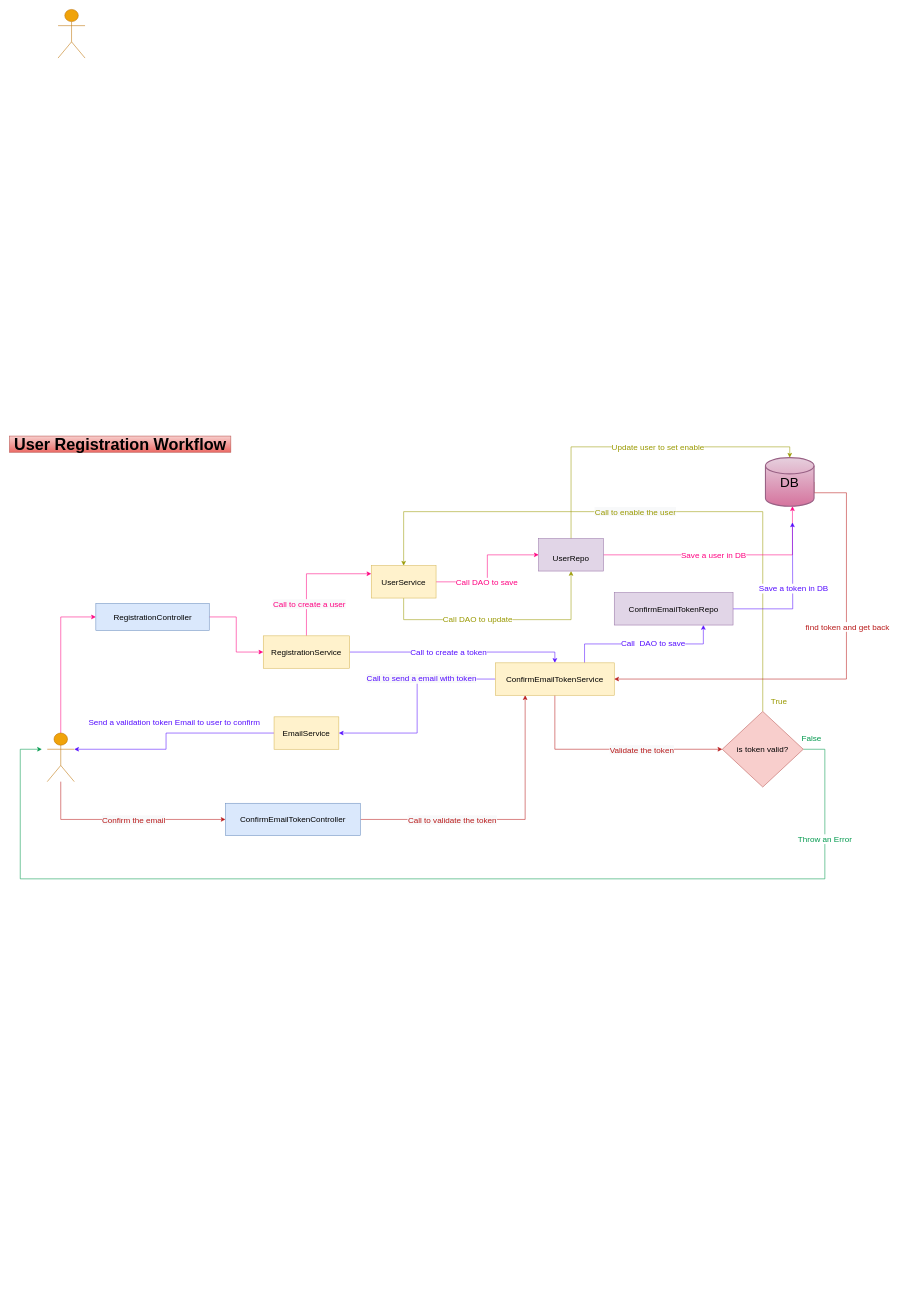
This is src/main/resources/Workflow Diagram.drawio from foxlovecat1989/StockPortfolio, a draw.io file, before an edit. Source tidied: cells renumbered, new cells numbered last; positions are measured from the earlier drawing's top-left corner, leaving out a move shared by most shapes. Both pictures are drawn from the tidied source at 54%, with x=0, y=0 at pixel (9, 9).
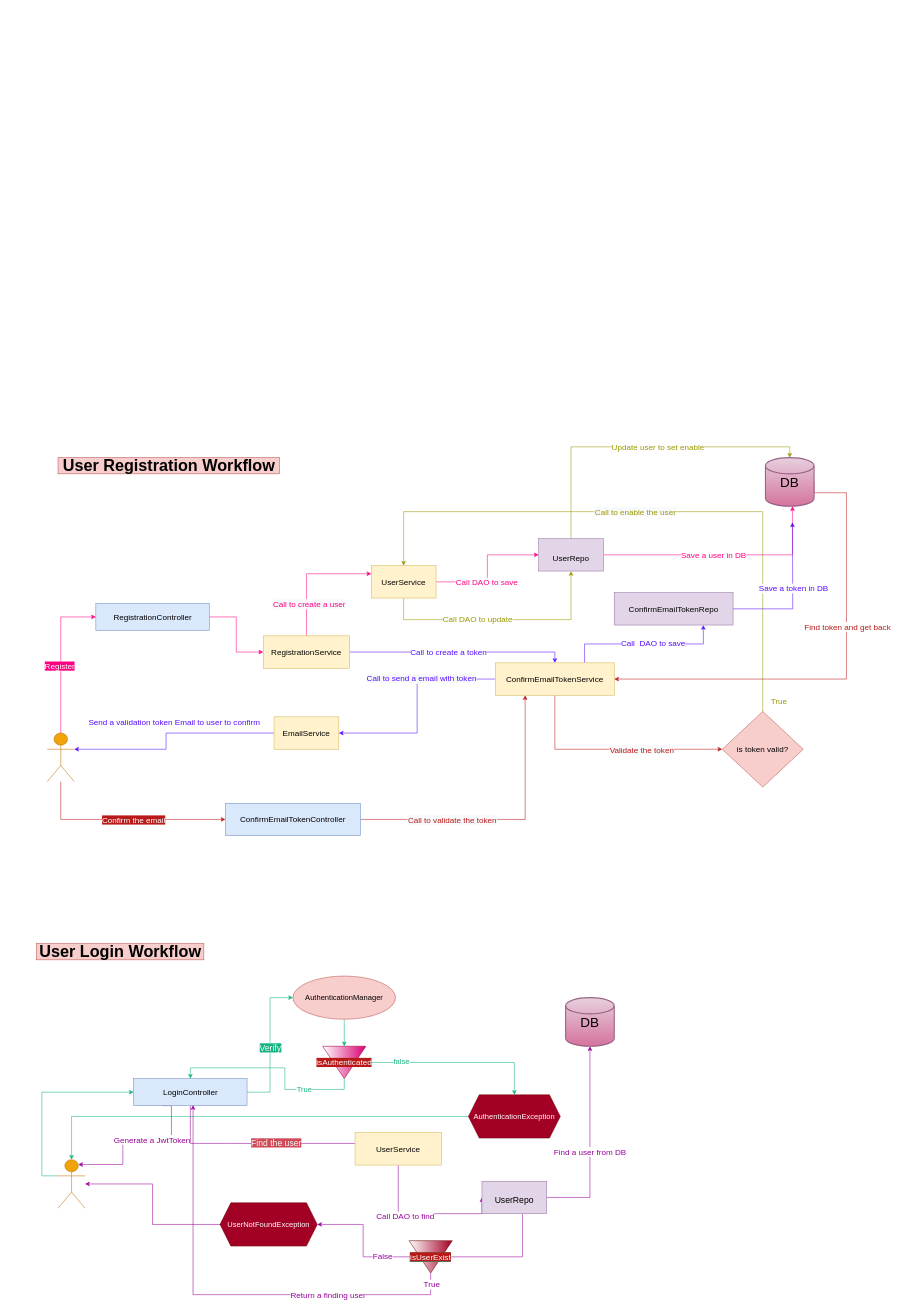
Above is the later version.

The change refers to these unchanged cells:
```xml
<mxCell id="2" style="edgeStyle=orthogonalEdgeStyle;rounded=0;jettySize=auto;html=1;exitX=0.5;exitY=0;exitDx=0;exitDy=0;exitPerimeter=0;fontFamily=Helvetica;fontSize=15;strokeColor=#FF0080;" parent="1" edge="1" source="5" target="7">
  <mxGeometry relative="1" as="geometry">
    <Array as="points">
      <mxPoint x="95" y="1125" />
    </Array>
  </mxGeometry>
</mxCell>
<mxCell id="3" style="edgeStyle=orthogonalEdgeStyle;rounded=0;jettySize=auto;html=1;entryX=0;entryY=0.5;entryDx=0;entryDy=0;fontFamily=Helvetica;fontSize=15;startArrow=none;startFill=0;endArrow=classic;endFill=1;strokeColor=#B81A1A;" parent="1" edge="1" source="5" target="22">
  <mxGeometry relative="1" as="geometry">
    <Array as="points">
      <mxPoint x="95" y="1500" />
    </Array>
  </mxGeometry>
</mxCell>
<mxCell id="34" value="is token valid?" style="rhombus;whiteSpace=wrap;html=1;fontFamily=Helvetica;fontSize=15;fillColor=#f8cecc;strokeColor=#b85450;" parent="1" vertex="1">
  <mxGeometry x="1320" y="1300" width="150" height="140" as="geometry" />
</mxCell>
<mxCell id="38" style="edgeStyle=orthogonalEdgeStyle;rounded=0;jettySize=auto;html=1;exitX=1;exitY=0.5;exitDx=0;exitDy=0;exitPerimeter=0;entryX=1;entryY=0.5;entryDx=0;entryDy=0;fontFamily=Helvetica;fontSize=15;strokeColor=#B81A1A;startArrow=none;startFill=0;endArrow=classic;endFill=1;" parent="1" edge="1" source="40" target="29">
  <mxGeometry relative="1" as="geometry">
    <Array as="points">
      <mxPoint x="1550" y="895" />
      <mxPoint x="1550" y="1240" />
    </Array>
  </mxGeometry>
</mxCell>
```

Diff of the diagram source:
```diff
@@
+    <mxCell id="51" value="&lt;font color=&quot;#ffffff&quot; style=&quot;background-color: rgb(255 , 0 , 128)&quot;&gt;Register&lt;/font&gt;" style="edgeLabel;html=1;align=center;verticalAlign=middle;fontSize=15;fontColor=#990099;" parent="2" vertex="1">
+      <mxGeometry x="-0.11" y="3" relative="1" as="geometry" />
+    </mxCell>
@@
-    <mxCell id="4" value="&lt;span style=&quot;background-color: rgb(248 , 249 , 250)&quot;&gt;&lt;font color=&quot;#b81a1a&quot;&gt;Confirm the email&lt;/font&gt;&lt;/span&gt;" style="edgeLabel;html=1;align=center;verticalAlign=middle;fontSize=15;fontFamily=Helvetica;" parent="3" vertex="1">
+    <mxCell id="4" value="&lt;font color=&quot;#ffffff&quot; style=&quot;background-color: rgb(184 , 26 , 26)&quot;&gt;Confirm the email&lt;/font&gt;" style="edgeLabel;html=1;align=center;verticalAlign=middle;fontSize=15;fontFamily=Helvetica;" parent="3" vertex="1">
       <mxGeometry x="-0.05" y="2" relative="1" as="geometry">
         <mxPoint x="26" y="2" as="offset" />
       </mxGeometry>
     </mxCell>
@@
-    <mxCell id="30" style="edgeStyle=orthogonalEdgeStyle;rounded=0;jettySize=auto;html=1;exitX=1;exitY=0.5;exitDx=0;exitDy=0;fontFamily=Helvetica;fontSize=15;strokeColor=#00994D;" parent="1" edge="1" source="34">
-      <mxGeometry relative="1" as="geometry">
-        <mxPoint x="60" y="1370" as="targetPoint" />
-        <Array as="points">
-          <mxPoint x="1510" y="1370" />
-          <mxPoint x="1510" y="1610" />
-          <mxPoint x="20" y="1610" />
-          <mxPoint x="20" y="1370" />
-        </Array>
-      </mxGeometry>
-    </mxCell>
-    <mxCell id="31" value="Throw an Error" style="edgeLabel;html=1;align=center;verticalAlign=middle;fontSize=15;fontFamily=Helvetica;fontColor=#00994D;" parent="30" vertex="1">
-      <mxGeometry x="-0.8" y="-1" relative="1" as="geometry" />
-    </mxCell>
@@
-    <mxCell id="36" value="&lt;font size=&quot;1&quot;&gt;&lt;b style=&quot;font-size: 30px&quot;&gt;User Registration Workflow&lt;/b&gt;&lt;/font&gt;" style="text;html=1;align=center;verticalAlign=middle;fillColor=#f8cecc;strokeColor=#b85450;rounded=0;fontFamily=Helvetica;fontSize=15;gradientColor=#ea6b66;" parent="1" vertex="1">
-      <mxGeometry y="790" width="410" height="30" as="geometry" />
+    <mxCell id="36" value="&lt;font size=&quot;1&quot;&gt;&lt;b style=&quot;font-size: 30px&quot;&gt;User Registration Workflow&lt;/b&gt;&lt;/font&gt;" style="text;html=1;align=center;verticalAlign=middle;fillColor=#f8cecc;strokeColor=#b85450;rounded=0;fontFamily=Helvetica;fontSize=15;gradientColor=none;" parent="1" vertex="1">
+      <mxGeometry x="90" y="830" width="410" height="30" as="geometry" />
     </mxCell>
-    <mxCell id="37" value="&lt;font color=&quot;#00994d&quot;&gt;False&lt;/font&gt;" style="text;html=1;align=center;verticalAlign=middle;fillColor=none;strokeColor=none;rounded=0;fontFamily=Helvetica;fontSize=15;" parent="1" vertex="1">
-      <mxGeometry x="1460" y="1340" width="50" height="20" as="geometry" />
-    </mxCell>
@@
-    <mxCell id="39" value="find token and get back&amp;nbsp;" style="edgeLabel;html=1;align=center;verticalAlign=middle;fontSize=15;fontFamily=Helvetica;fontColor=#B81A1A;" parent="38" vertex="1">
+    <mxCell id="39" value="Find token and get back&amp;nbsp;" style="edgeLabel;html=1;align=center;verticalAlign=middle;fontSize=15;fontFamily=Helvetica;fontColor=#B81A1A;" parent="38" vertex="1">
       <mxGeometry x="-0.33" y="3" relative="1" as="geometry">
         <mxPoint y="41" as="offset" />
       </mxGeometry>
     </mxCell>
@@
+    <mxCell id="52" style="edgeStyle=orthogonalEdgeStyle;rounded=0;jettySize=auto;html=1;exitX=0;exitY=0.3333333333333333;exitDx=0;exitDy=0;exitPerimeter=0;entryX=0;entryY=0.5;entryDx=0;entryDy=0;fontSize=15;fontColor=#990099;strokeColor=#14B383;" parent="1" edge="1" source="50" target="60">
+      <mxGeometry relative="1" as="geometry">
+        <Array as="points">
+          <mxPoint x="60" y="2160" />
+          <mxPoint x="60" y="2005" />
+        </Array>
+      </mxGeometry>
+    </mxCell>
     <mxCell id="50" style="shape=umlActor;verticalLabelPosition=bottom;verticalAlign=top;html=1;outlineConnect=0;fontFamily=Helvetica;fontStyle=0;fontSize=15;fillColor=#f0a30a;strokeColor=#BD7000;fontColor=#000000;" parent="1" vertex="1">
-      <mxGeometry x="90" width="50" height="90" as="geometry" />
+      <mxGeometry x="90" y="2130" width="50" height="90" as="geometry" />
     </mxCell>
+    <mxCell id="53" value="&lt;font size=&quot;1&quot;&gt;&lt;b style=&quot;font-size: 30px&quot;&gt;User Login Workflow&lt;/b&gt;&lt;/font&gt;" style="text;html=1;align=center;verticalAlign=middle;fillColor=#f8cecc;strokeColor=#b85450;rounded=0;fontFamily=Helvetica;fontSize=15;gradientColor=none;" parent="1" vertex="1">
+      <mxGeometry x="50" y="1730" width="310" height="30" as="geometry" />
+    </mxCell>
+    <mxCell id="54" style="edgeStyle=orthogonalEdgeStyle;rounded=0;jettySize=auto;html=1;exitX=1;exitY=0.5;exitDx=0;exitDy=0;entryX=0;entryY=0.5;entryDx=0;entryDy=0;fontSize=14;strokeColor=#14B383;" parent="1" edge="1" source="60" target="62">
+      <mxGeometry relative="1" as="geometry" />
+    </mxCell>
+    <mxCell id="55" value="&lt;font color=&quot;#f7f7f7&quot; style=&quot;font-size: 16px ; background-color: rgb(20 , 179 , 131)&quot;&gt;Verify&lt;/font&gt;" style="edgeLabel;html=1;align=center;verticalAlign=middle;fontSize=14;" parent="54" vertex="1">
+      <mxGeometry x="-0.03" y="1" relative="1" as="geometry">
+        <mxPoint x="1" y="1" as="offset" />
+      </mxGeometry>
+    </mxCell>
+    <mxCell id="56" style="edgeStyle=orthogonalEdgeStyle;rounded=0;jettySize=auto;html=1;exitX=0.5;exitY=1;exitDx=0;exitDy=0;entryX=0.5;entryY=0;entryDx=0;entryDy=0;fontSize=16;fontColor=#F7F7F7;strokeColor=#990099;" parent="1" edge="1" source="60" target="72">
+      <mxGeometry relative="1" as="geometry">
+        <Array as="points">
+          <mxPoint x="410" y="2100" />
+          <mxPoint x="690" y="2100" />
+        </Array>
+      </mxGeometry>
+    </mxCell>
+    <mxCell id="57" value="&lt;span style=&quot;background-color: rgb(207 , 74 , 88)&quot;&gt;Find the user&lt;/span&gt;" style="edgeLabel;html=1;align=center;verticalAlign=middle;fontSize=16;fontColor=#F7F7F7;" parent="56" vertex="1">
+      <mxGeometry x="-0.04" y="2" relative="1" as="geometry" />
+    </mxCell>
+    <mxCell id="58" style="edgeStyle=orthogonalEdgeStyle;rounded=0;jettySize=auto;html=1;exitX=0.25;exitY=1;exitDx=0;exitDy=0;entryX=0.75;entryY=0.1;entryDx=0;entryDy=0;entryPerimeter=0;fontSize=15;fontColor=#990099;strokeColor=#990099;" parent="1" edge="1" source="60" target="50">
+      <mxGeometry relative="1" as="geometry">
+        <Array as="points">
+          <mxPoint x="300" y="2030" />
+          <mxPoint x="300" y="2090" />
+          <mxPoint x="210" y="2090" />
+          <mxPoint x="210" y="2139" />
+        </Array>
+      </mxGeometry>
+    </mxCell>
+    <mxCell id="59" value="Generate a JwtToken" style="edgeLabel;html=1;align=center;verticalAlign=middle;fontSize=15;fontColor=#990099;" parent="58" vertex="1">
+      <mxGeometry x="-0.23" y="2" relative="1" as="geometry">
+        <mxPoint x="1" as="offset" />
+      </mxGeometry>
+    </mxCell>
+    <mxCell id="60" value="LoginController" style="html=1;fillColor=#dae8fc;strokeColor=#6c8ebf;fontFamily=Helvetica;fontStyle=0;fontSize=15;" parent="1" vertex="1">
+      <mxGeometry x="230" y="1980" width="210" height="50" as="geometry" />
+    </mxCell>
+    <mxCell id="61" style="edgeStyle=orthogonalEdgeStyle;rounded=0;jettySize=auto;html=1;exitX=0.5;exitY=1;exitDx=0;exitDy=0;entryX=0;entryY=0.5;entryDx=0;entryDy=0;fontSize=14;strokeColor=#14B383;" parent="1" edge="1" source="62" target="67">
+      <mxGeometry relative="1" as="geometry" />
+    </mxCell>
+    <mxCell id="62" value="&lt;font style=&quot;font-size: 14px&quot;&gt;AuthenticationManager&lt;/font&gt;" style="ellipse;whiteSpace=wrap;html=1;fillColor=#f8cecc;strokeColor=#b85450;" parent="1" vertex="1">
+      <mxGeometry x="525" y="1790" width="190" height="80" as="geometry" />
+    </mxCell>
+    <mxCell id="63" style="edgeStyle=orthogonalEdgeStyle;rounded=0;jettySize=auto;html=1;exitX=1;exitY=0.5;exitDx=0;exitDy=0;entryX=0.5;entryY=0;entryDx=0;entryDy=0;fontSize=14;strokeColor=#14B383;" parent="1" edge="1" source="67" target="60">
+      <mxGeometry relative="1" as="geometry" />
+    </mxCell>
+    <mxCell id="64" value="&lt;font color=&quot;#14b383&quot;&gt;True&lt;/font&gt;" style="edgeLabel;html=1;align=center;verticalAlign=middle;fontSize=14;" parent="63" vertex="1">
+      <mxGeometry x="-0.48" relative="1" as="geometry" />
+    </mxCell>
+    <mxCell id="65" style="edgeStyle=orthogonalEdgeStyle;rounded=0;jettySize=auto;html=1;exitX=0.5;exitY=0;exitDx=0;exitDy=0;fontSize=14;strokeColor=#14B383;" parent="1" edge="1" source="67" target="69">
+      <mxGeometry relative="1" as="geometry" />
+    </mxCell>
+    <mxCell id="66" value="&lt;font color=&quot;#14b383&quot;&gt;false&lt;/font&gt;" style="edgeLabel;html=1;align=center;verticalAlign=middle;fontSize=14;" parent="65" vertex="1">
+      <mxGeometry x="-0.52" y="3" relative="1" as="geometry" />
+    </mxCell>
+    <mxCell id="67" value="&lt;font style=&quot;font-size: 15px ; background-color: rgb(184 , 26 , 26)&quot; color=&quot;#ffffff&quot;&gt;isAuthenticated&lt;/font&gt;" style="triangle;whiteSpace=wrap;html=1;fontSize=14;direction=south;fillColor=#d80073;fontColor=#ffffff;strokeColor=#A50040;gradientColor=#ffffff;" parent="1" vertex="1">
+      <mxGeometry x="580" y="1920" width="80" height="60" as="geometry" />
+    </mxCell>
+    <mxCell id="68" style="edgeStyle=orthogonalEdgeStyle;rounded=0;jettySize=auto;html=1;fontSize=16;fontColor=#F7F7F7;strokeColor=#14B383;" parent="1" edge="1" source="69" target="50">
+      <mxGeometry relative="1" as="geometry" />
+    </mxCell>
+    <mxCell id="69" value="AuthenticationException" style="shape=hexagon;perimeter=hexagonPerimeter2;whiteSpace=wrap;html=1;fixedSize=1;fontSize=14;fillColor=#a20025;fontColor=#ffffff;strokeColor=#6F0000;" parent="1" vertex="1">
+      <mxGeometry x="850" y="2010" width="170" height="80" as="geometry" />
+    </mxCell>
+    <mxCell id="70" style="edgeStyle=orthogonalEdgeStyle;rounded=0;jettySize=auto;html=1;exitX=0.5;exitY=1;exitDx=0;exitDy=0;fontSize=16;fontColor=#F7F7F7;strokeColor=#990099;entryX=0;entryY=0.5;entryDx=0;entryDy=0;" parent="1" edge="1" source="72" target="76">
+      <mxGeometry relative="1" as="geometry">
+        <Array as="points">
+          <mxPoint x="720" y="2230" />
+        </Array>
+      </mxGeometry>
+    </mxCell>
+    <mxCell id="71" value="Call DAO to find" style="edgeLabel;html=1;align=center;verticalAlign=middle;fontSize=15;fontColor=#990099;" parent="70" vertex="1">
+      <mxGeometry x="-0.26" y="-4" relative="1" as="geometry" />
+    </mxCell>
+    <mxCell id="72" value="UserService" style="rounded=0;whiteSpace=wrap;html=1;fontFamily=Helvetica;fontStyle=0;fontSize=15;fillColor=#fff2cc;strokeColor=#d6b656;" parent="1" vertex="1">
+      <mxGeometry x="640" y="2080" width="160" height="60" as="geometry" />
+    </mxCell>
+    <mxCell id="73" style="edgeStyle=orthogonalEdgeStyle;rounded=0;jettySize=auto;html=1;exitX=1;exitY=0.5;exitDx=0;exitDy=0;entryX=0.5;entryY=1;entryDx=0;entryDy=0;entryPerimeter=0;fontSize=15;fontColor=#FF4108;strokeColor=#990099;" parent="1" edge="1" source="76" target="78">
+      <mxGeometry relative="1" as="geometry" />
+    </mxCell>
+    <mxCell id="74" value="Find a user from DB" style="edgeLabel;html=1;align=center;verticalAlign=middle;fontSize=15;fontColor=#990099;" parent="73" vertex="1">
+      <mxGeometry x="-0.08" y="1" relative="1" as="geometry" />
+    </mxCell>
+    <mxCell id="75" style="edgeStyle=orthogonalEdgeStyle;rounded=0;jettySize=auto;html=1;fontSize=15;fontColor=#FFFFFF;strokeColor=#990099;entryX=0.5;entryY=0;entryDx=0;entryDy=0;" parent="1" edge="1" source="76" target="83">
+      <mxGeometry relative="1" as="geometry">
+        <Array as="points">
+          <mxPoint x="950" y="2310" />
+        </Array>
+      </mxGeometry>
+    </mxCell>
+    <mxCell id="76" value="&lt;font style=&quot;font-size: 16px&quot;&gt;UserRepo&lt;/font&gt;" style="whiteSpace=wrap;html=1;fontFamily=Helvetica;fontSize=30;fillColor=#e1d5e7;strokeColor=#9673a6;align=center;" parent="1" vertex="1">
+      <mxGeometry x="875" y="2170" width="120" height="60" as="geometry" />
+    </mxCell>
+    <mxCell id="77" style="edgeStyle=orthogonalEdgeStyle;rounded=0;orthogonalLoop=1;jettySize=auto;html=1;exitX=0.5;exitY=1;exitDx=0;exitDy=0;fontSize=16;fontColor=#F7F7F7;strokeColor=#990099;" parent="1" edge="1" source="76" target="76">
+      <mxGeometry relative="1" as="geometry" />
+    </mxCell>
+    <mxCell id="78" value="DB" style="strokeWidth=2;html=1;shape=mxgraph.flowchart.database;whiteSpace=wrap;fontFamily=Helvetica;fontSize=25;fillColor=#e6d0de;strokeColor=#996185;gradientColor=#d5739d;" parent="1" vertex="1">
+      <mxGeometry x="1030" y="1830" width="90" height="90" as="geometry" />
+    </mxCell>
+    <mxCell id="79" style="edgeStyle=orthogonalEdgeStyle;rounded=0;jettySize=auto;html=1;exitX=0.5;exitY=1;exitDx=0;exitDy=0;entryX=1;entryY=0.5;entryDx=0;entryDy=0;fontSize=15;fontColor=#FFFFFF;strokeColor=#990099;" parent="1" edge="1" source="83" target="85">
+      <mxGeometry relative="1" as="geometry" />
+    </mxCell>
+    <mxCell id="37" value="&lt;font color=&quot;#990099&quot;&gt;False&lt;/font&gt;" style="edgeLabel;html=1;align=center;verticalAlign=middle;fontSize=15;fontColor=#FFFFFF;" parent="79" vertex="1">
+      <mxGeometry x="-0.44" y="-2" relative="1" as="geometry" />
+    </mxCell>
+    <mxCell id="80" style="edgeStyle=orthogonalEdgeStyle;rounded=0;jettySize=auto;html=1;exitX=1;exitY=0.5;exitDx=0;exitDy=0;fontSize=15;fontColor=#990099;strokeColor=#990099;" parent="1" edge="1" source="83">
+      <mxGeometry relative="1" as="geometry">
+        <mxPoint x="340" y="2029" as="targetPoint" />
+        <Array as="points">
+          <mxPoint x="780" y="2380" />
+          <mxPoint x="340" y="2380" />
+        </Array>
+      </mxGeometry>
+    </mxCell>
+    <mxCell id="81" value="True" style="edgeLabel;html=1;align=center;verticalAlign=middle;fontSize=15;fontColor=#990099;" parent="80" vertex="1">
+      <mxGeometry x="-0.76" y="1" relative="1" as="geometry">
+        <mxPoint x="61" y="-21" as="offset" />
+      </mxGeometry>
+    </mxCell>
+    <mxCell id="82" value="Return a finding user" style="edgeLabel;html=1;align=center;verticalAlign=middle;fontSize=15;fontColor=#990099;" parent="80" vertex="1">
+      <mxGeometry x="-0.31" y="2" relative="1" as="geometry">
+        <mxPoint x="56" y="-2" as="offset" />
+      </mxGeometry>
+    </mxCell>
+    <mxCell id="83" value="&lt;span style=&quot;background-color: rgb(184 , 26 , 26)&quot;&gt;isUserExist&lt;/span&gt;" style="triangle;whiteSpace=wrap;html=1;labelBackgroundColor=#14B383;fontSize=15;fontColor=#ffffff;direction=south;fillColor=#a20025;strokeColor=#6F0000;gradientColor=#ffffff;" parent="1" vertex="1">
+      <mxGeometry x="740" y="2280" width="80" height="60" as="geometry" />
+    </mxCell>
+    <mxCell id="84" style="edgeStyle=orthogonalEdgeStyle;rounded=0;jettySize=auto;html=1;exitX=0;exitY=0.5;exitDx=0;exitDy=0;fontSize=15;fontColor=#FFFFFF;strokeColor=#990099;" parent="1" edge="1" source="85" target="50">
+      <mxGeometry relative="1" as="geometry" />
+    </mxCell>
+    <mxCell id="85" value="UserNotFoundException" style="shape=hexagon;perimeter=hexagonPerimeter2;whiteSpace=wrap;html=1;fixedSize=1;fontSize=14;fillColor=#a20025;fontColor=#ffffff;strokeColor=#6F0000;" parent="1" vertex="1">
+      <mxGeometry x="390" y="2210" width="180" height="80" as="geometry" />
+    </mxCell>
```
